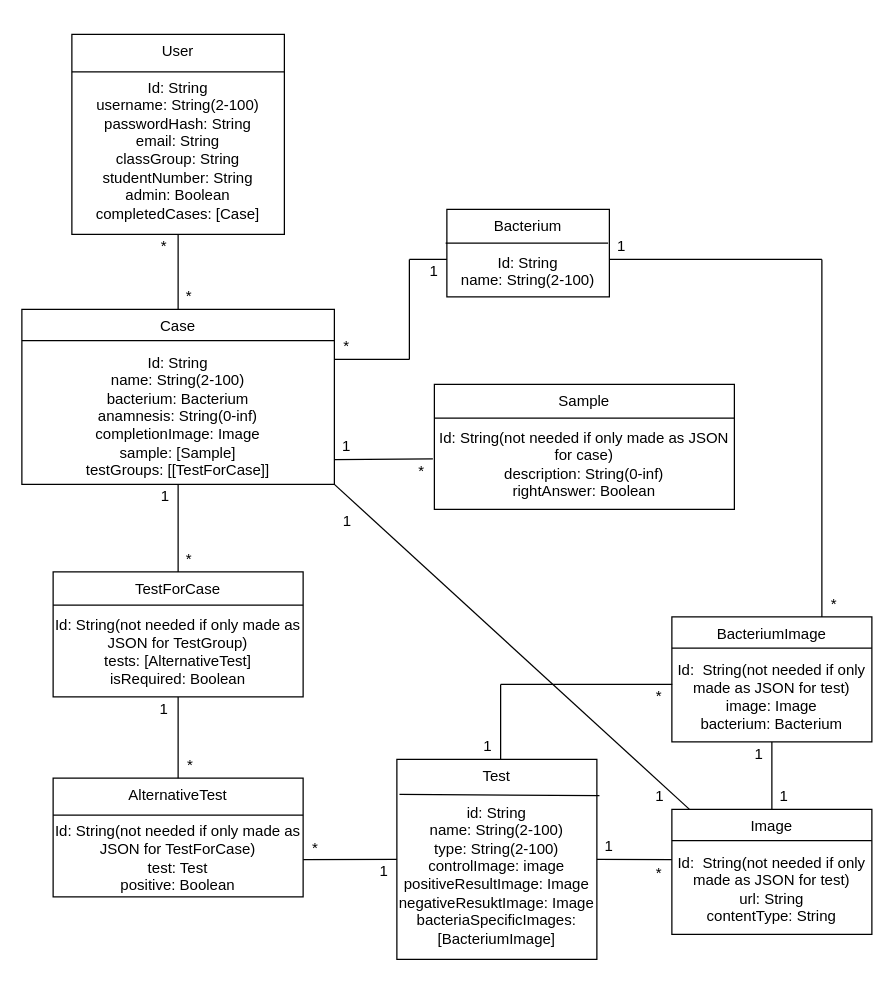
Ohtu-bakteerien-tunnistuspeli/Bakteerin-tunnistuspeli keeps this draw.io diagram as documentation/database.drawio. Above is the earlier version. Source tidied: cells renumbered, new cells numbered last; positions are measured from the earlier drawing's top-left corner, leaving out a move shared by most shapes. Both pictures are drawn from the tidied source at 125%, with x=0, y=0 at pixel (21, 34).
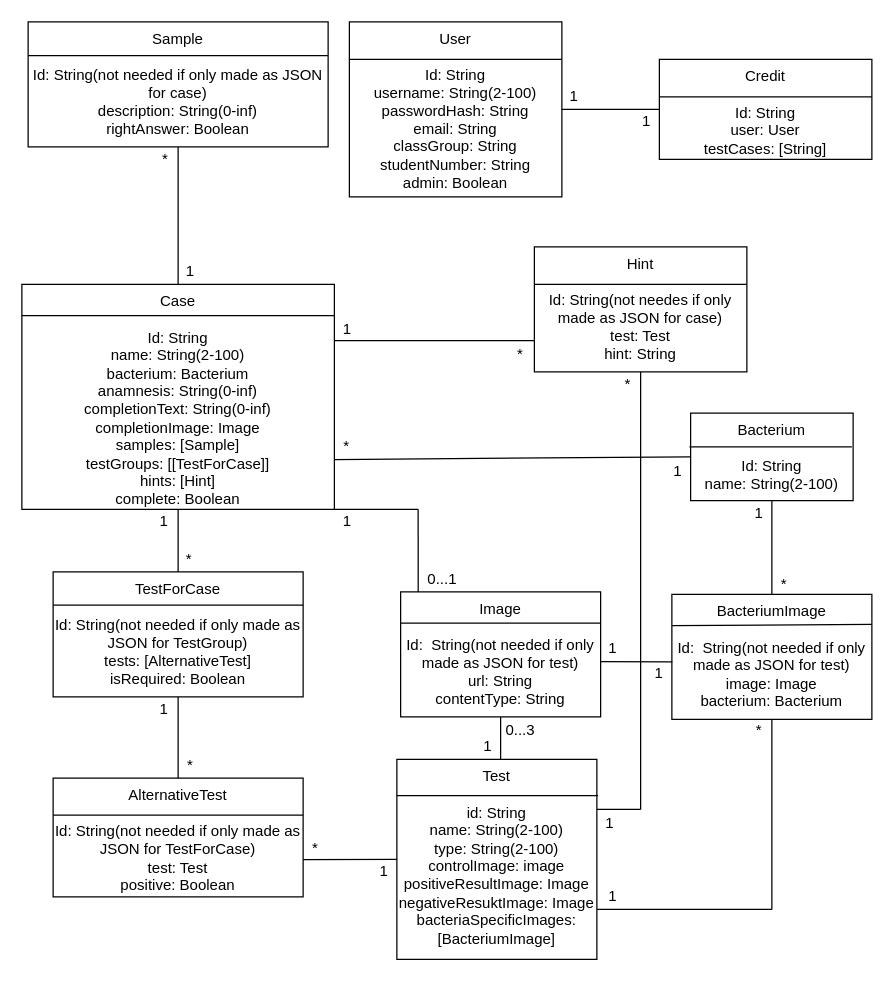
The same page after the edit.

Unchanged cells that the change refers to:
```xml
<mxCell id="6" value="Test&lt;br&gt;&lt;br&gt;id: String&lt;br&gt;name: String(2-100)&lt;br&gt;&lt;div&gt;type: String(2-100)&lt;/div&gt;&lt;div&gt;controlImage: image&lt;br&gt;&lt;/div&gt;positiveResultImage: Image&lt;br&gt;negativeResuktImage: Image&lt;br&gt;bacteriaSpecificImages: [BacteriumImage]" style="rounded=0;whiteSpace=wrap;html=1;verticalAlign=top;" parent="1" vertex="1">
  <mxGeometry x="300" y="580" width="160" height="160" as="geometry" />
</mxCell>
```

Change to the diagram source:
```diff
@@
-    <mxCell id="2" value="User&lt;br&gt;&lt;br&gt;Id: String&lt;br&gt;username: String(2-100)&lt;br&gt;&lt;div&gt;passwordHash: String&lt;/div&gt;&lt;div&gt;email: String&lt;/div&gt;&lt;div&gt;classGroup: String&lt;/div&gt;&lt;div&gt;studentNumber: String&lt;br&gt;&lt;/div&gt;admin: Boolean&lt;br&gt;completedCases: [Case]" style="rounded=0;whiteSpace=wrap;html=1;verticalAlign=top;" parent="1" vertex="1">
-      <mxGeometry x="40" width="170" height="160" as="geometry" />
+    <mxCell id="2" value="User&lt;br&gt;&lt;br&gt;Id: String&lt;br&gt;username: String(2-100)&lt;br&gt;&lt;div&gt;passwordHash: String&lt;/div&gt;&lt;div&gt;email: String&lt;/div&gt;&lt;div&gt;classGroup: String&lt;/div&gt;&lt;div&gt;studentNumber: String&lt;br&gt;&lt;/div&gt;admin: Boolean" style="rounded=0;whiteSpace=wrap;html=1;verticalAlign=top;" parent="1" vertex="1">
+      <mxGeometry x="262" y="-10" width="170" height="140" as="geometry" />
     </mxCell>
     <mxCell id="3" value="Bacterium&lt;br&gt;&lt;br&gt;Id: String&lt;br&gt;name: String(2-100)" style="rounded=0;whiteSpace=wrap;html=1;verticalAlign=top;" parent="1" vertex="1">
-      <mxGeometry x="340" y="140" width="130" height="70" as="geometry" />
+      <mxGeometry x="535" y="303" width="130" height="70" as="geometry" />
     </mxCell>
-    <mxCell id="4" value="Case&lt;br&gt;&lt;br&gt;Id: String&lt;br&gt;name: String(2-100)&lt;br&gt;bacterium: Bacterium&lt;br&gt;anamnesis: String(0-inf)&lt;br&gt;completionImage: Image&lt;br&gt;sample: [Sample]&lt;br&gt;testGroups: [[TestForCase]]" style="rounded=0;whiteSpace=wrap;html=1;verticalAlign=top;" parent="1" vertex="1">
-      <mxGeometry y="220" width="250" height="140" as="geometry" />
+    <mxCell id="4" value="Case&lt;br&gt;&lt;br&gt;Id: String&lt;br&gt;name: String(2-100)&lt;br&gt;bacterium: Bacterium&lt;br&gt;anamnesis: String(0-inf)&lt;br&gt;completionText: String(0-inf)&lt;br&gt;completionImage: Image&lt;br&gt;samples: [Sample]&lt;br&gt;testGroups: [[TestForCase]]&lt;br&gt;hints: [Hint]&lt;br&gt;complete: Boolean" style="rounded=0;whiteSpace=wrap;html=1;verticalAlign=top;" parent="1" vertex="1">
+      <mxGeometry y="200" width="250" height="180" as="geometry" />
     </mxCell>
     <mxCell id="5" value="Sample&lt;br&gt;&lt;br&gt;Id: String(not needed if only made as JSON for case)&lt;br&gt;description: String(0-inf)&lt;br&gt;rightAnswer: Boolean" style="rounded=0;whiteSpace=wrap;html=1;verticalAlign=top;" parent="1" vertex="1">
-      <mxGeometry x="330" y="280" width="240" height="100" as="geometry" />
+      <mxGeometry x="5" y="-10" width="240" height="100" as="geometry" />
     </mxCell>
@@
     <mxCell id="8" style="endArrow=none;html=1;" parent="1" edge="1">
       <mxGeometry relative="1" as="geometry">
-        <mxPoint x="40" y="30" as="sourcePoint" />
-        <mxPoint x="210" y="30" as="targetPoint" />
+        <mxPoint x="262" y="20" as="sourcePoint" />
+        <mxPoint x="432" y="20" as="targetPoint" />
         <Array as="points">
-          <mxPoint x="125" y="30" />
+          <mxPoint x="347" y="20" />
         </Array>
       </mxGeometry>
     </mxCell>
     <mxCell id="9" style="endArrow=none;html=1;exitX=0;exitY=0.25;exitDx=0;exitDy=0;entryX=1;entryY=0.25;entryDx=0;entryDy=0;" parent="1" edge="1">
       <mxGeometry relative="1" as="geometry">
-        <mxPoint y="245" as="sourcePoint" />
-        <mxPoint x="250" y="245" as="targetPoint" />
+        <mxPoint y="225" as="sourcePoint" />
+        <mxPoint x="250" y="225" as="targetPoint" />
       </mxGeometry>
     </mxCell>
     <mxCell id="10" style="endArrow=none;html=1;exitX=0;exitY=0.5;exitDx=0;exitDy=0;entryX=1;entryY=0.5;entryDx=0;entryDy=0;" parent="1" edge="1">
       <mxGeometry relative="1" as="geometry">
-        <mxPoint x="339" y="167" as="sourcePoint" />
-        <mxPoint x="469" y="167" as="targetPoint" />
+        <mxPoint x="534" y="330" as="sourcePoint" />
+        <mxPoint x="664" y="330" as="targetPoint" />
       </mxGeometry>
     </mxCell>
     <mxCell id="11" style="endArrow=none;html=1;exitX=0;exitY=0.25;exitDx=0;exitDy=0;entryX=1;entryY=0.25;entryDx=0;entryDy=0;" parent="1" edge="1">
       <mxGeometry relative="1" as="geometry">
-        <mxPoint x="330" y="307" as="sourcePoint" />
-        <mxPoint x="570" y="307" as="targetPoint" />
+        <mxPoint x="5" y="17" as="sourcePoint" />
+        <mxPoint x="245" y="17" as="targetPoint" />
       </mxGeometry>
     </mxCell>
@@
-    <mxCell id="13" style="endArrow=none;html=1;exitX=0.013;exitY=0.175;exitDx=0;exitDy=0;entryX=1.013;entryY=0.181;entryDx=0;entryDy=0;entryPerimeter=0;exitPerimeter=0;" parent="1" edge="1" source="6" target="6">
-      <mxGeometry relative="1" as="geometry" />
+    <mxCell id="13" style="endArrow=none;html=1;" parent="1" edge="1">
+      <mxGeometry relative="1" as="geometry">
+        <mxPoint x="300" y="609" as="sourcePoint" />
+        <mxPoint x="461" y="609" as="targetPoint" />
+      </mxGeometry>
     </mxCell>
-    <mxCell id="14" style="endArrow=none;html=1;exitX=0.5;exitY=1;exitDx=0;exitDy=0;entryX=0.5;entryY=0;entryDx=0;entryDy=0;" parent="1" edge="1" source="2" target="4">
-      <mxGeometry relative="1" as="geometry" />
-    </mxCell>
@@
-    <mxCell id="16" value="*" style="text;html=1;strokeColor=none;fillColor=none;align=center;verticalAlign=middle;whiteSpace=wrap;rounded=0;" parent="1" vertex="1">
-      <mxGeometry x="104" y="160" width="20" height="20" as="geometry" />
-    </mxCell>
-    <mxCell id="17" value="*" style="text;html=1;strokeColor=none;fillColor=none;align=center;verticalAlign=middle;whiteSpace=wrap;rounded=0;" parent="1" vertex="1">
-      <mxGeometry x="124" y="200" width="20" height="20" as="geometry" />
-    </mxCell>
     <mxCell id="18" value="*" style="text;html=1;strokeColor=none;fillColor=none;align=center;verticalAlign=middle;whiteSpace=wrap;rounded=0;" parent="1" vertex="1">
-      <mxGeometry x="250" y="240" width="20" height="20" as="geometry" />
+      <mxGeometry x="250" y="320" width="20" height="20" as="geometry" />
     </mxCell>
     <mxCell id="19" value="1" style="text;html=1;strokeColor=none;fillColor=none;align=center;verticalAlign=middle;whiteSpace=wrap;rounded=0;" parent="1" vertex="1">
-      <mxGeometry x="320" y="180" width="20" height="20" as="geometry" />
+      <mxGeometry x="515" y="340" width="20" height="20" as="geometry" />
     </mxCell>
     <mxCell id="20" value="1" style="text;html=1;strokeColor=none;fillColor=none;align=center;verticalAlign=middle;whiteSpace=wrap;rounded=0;" parent="1" vertex="1">
-      <mxGeometry x="250" y="320" width="20" height="20" as="geometry" />
+      <mxGeometry x="125" y="180" width="20" height="20" as="geometry" />
     </mxCell>
     <mxCell id="21" value="*" style="text;html=1;strokeColor=none;fillColor=none;align=center;verticalAlign=middle;whiteSpace=wrap;rounded=0;" parent="1" vertex="1">
-      <mxGeometry x="310" y="340" width="20" height="20" as="geometry" />
+      <mxGeometry x="105" y="90" width="20" height="20" as="geometry" />
     </mxCell>
@@
-    <mxCell id="25" style="endArrow=none;html=1;exitX=1;exitY=0.25;exitDx=0;exitDy=0;" parent="1" edge="1">
-      <mxGeometry relative="1" as="geometry">
-        <mxPoint x="250" y="260" as="sourcePoint" />
-        <mxPoint x="310" y="260" as="targetPoint" />
-      </mxGeometry>
+    <mxCell id="25" style="endArrow=none;html=1;exitX=0.5;exitY=0;exitDx=0;exitDy=0;entryX=0.5;entryY=1;entryDx=0;entryDy=0;" parent="1" edge="1" source="4" target="5">
+      <mxGeometry relative="1" as="geometry" />
     </mxCell>
-    <mxCell id="26" style="endArrow=none;html=1;" parent="1" edge="1">
-      <mxGeometry relative="1" as="geometry">
-        <mxPoint x="310" y="180" as="sourcePoint" />
-        <mxPoint x="310" y="260" as="targetPoint" />
-      </mxGeometry>
-    </mxCell>
-    <mxCell id="27" style="endArrow=none;html=1;exitX=1;exitY=0;exitDx=0;exitDy=0;" parent="1" edge="1" source="19">
-      <mxGeometry relative="1" as="geometry">
-        <mxPoint x="310" y="180" as="targetPoint" />
-      </mxGeometry>
-    </mxCell>
-    <mxCell id="28" style="endArrow=none;html=1;entryX=-0.005;entryY=0.596;entryDx=0;entryDy=0;entryPerimeter=0;exitX=1;exitY=0.858;exitDx=0;exitDy=0;exitPerimeter=0;" parent="1" edge="1">
+    <mxCell id="28" style="endArrow=none;html=1;exitX=1;exitY=0.858;exitDx=0;exitDy=0;exitPerimeter=0;entryX=0;entryY=0.5;entryDx=0;entryDy=0;" parent="1" edge="1" target="3">
       <mxGeometry relative="1" as="geometry">
         <mxPoint x="250" y="340.1" as="sourcePoint" />
-        <mxPoint x="328.8" y="339.6" as="targetPoint" />
       </mxGeometry>
     </mxCell>
@@
     <mxCell id="30" value="1" style="text;html=1;strokeColor=none;fillColor=none;align=center;verticalAlign=middle;whiteSpace=wrap;rounded=0;" parent="1" vertex="1">
-      <mxGeometry x="105" y="360" width="20" height="20" as="geometry" />
+      <mxGeometry x="104" y="380" width="20" height="20" as="geometry" />
     </mxCell>
     <mxCell id="31" value="Image&lt;br&gt;&lt;br&gt;Id:&amp;nbsp;&amp;nbsp;String(not needed if only made as JSON for test)&lt;br&gt;url: String&lt;br&gt;contentType: String" style="rounded=0;whiteSpace=wrap;html=1;verticalAlign=top;" parent="1" vertex="1">
-      <mxGeometry x="520" y="620" width="160" height="100" as="geometry" />
+      <mxGeometry x="303" y="446" width="160" height="100" as="geometry" />
     </mxCell>
     <mxCell id="32" style="endArrow=none;html=1;exitX=0;exitY=0.25;exitDx=0;exitDy=0;" parent="1" edge="1" source="31">
       <mxGeometry relative="1" as="geometry">
-        <mxPoint x="680" y="645" as="targetPoint" />
+        <mxPoint x="463" y="471" as="targetPoint" />
       </mxGeometry>
     </mxCell>
-    <mxCell id="33" style="endArrow=none;html=1;entryX=0;entryY=0.402;entryDx=0;entryDy=0;entryPerimeter=0;exitX=0;exitY=1;exitDx=0;exitDy=0;" parent="1" edge="1" source="34" target="31">
-      <mxGeometry relative="1" as="geometry" />
+    <mxCell id="33" style="endArrow=none;html=1;exitX=1;exitY=0.75;exitDx=0;exitDy=0;" parent="1" edge="1" source="6">
+      <mxGeometry relative="1" as="geometry">
+        <mxPoint x="600" y="700" as="targetPoint" />
+      </mxGeometry>
     </mxCell>
     <mxCell id="34" value="1" style="text;html=1;strokeColor=none;fillColor=none;align=center;verticalAlign=middle;whiteSpace=wrap;rounded=0;" parent="1" vertex="1">
-      <mxGeometry x="460" y="640" width="20" height="20" as="geometry" />
+      <mxGeometry x="463" y="680" width="20" height="20" as="geometry" />
     </mxCell>
-    <mxCell id="35" value="*" style="text;html=1;strokeColor=none;fillColor=none;align=center;verticalAlign=middle;whiteSpace=wrap;rounded=0;" parent="1" vertex="1">
-      <mxGeometry x="500" y="661" width="20" height="20" as="geometry" />
+    <mxCell id="35" value="0...3" style="text;html=1;strokeColor=none;fillColor=none;align=center;verticalAlign=middle;whiteSpace=wrap;rounded=0;" parent="1" vertex="1">
+      <mxGeometry x="383" y="547" width="32" height="20" as="geometry" />
     </mxCell>
     <mxCell id="36" value="BacteriumImage&lt;br&gt;&lt;br&gt;Id:&amp;nbsp;&amp;nbsp;String(not needed if only made as JSON for test)&lt;br&gt;image: Image&lt;br&gt;bacterium: Bacterium" style="rounded=0;whiteSpace=wrap;html=1;verticalAlign=top;" parent="1" vertex="1">
-      <mxGeometry x="520" y="466" width="160" height="100" as="geometry" />
+      <mxGeometry x="520" y="448" width="160" height="100" as="geometry" />
     </mxCell>
     <mxCell id="37" style="endArrow=none;html=1;exitX=0;exitY=0.25;exitDx=0;exitDy=0;" parent="1" edge="1" source="36">
       <mxGeometry relative="1" as="geometry">
-        <mxPoint x="680" y="491" as="targetPoint" />
+        <mxPoint x="680" y="472" as="targetPoint" />
       </mxGeometry>
     </mxCell>
-    <mxCell id="38" style="endArrow=none;html=1;entryX=0.002;entryY=0.54;entryDx=0;entryDy=0;entryPerimeter=0;" parent="1" edge="1" target="36">
-      <mxGeometry relative="1" as="geometry">
-        <mxPoint x="383" y="520" as="sourcePoint" />
-      </mxGeometry>
+    <mxCell id="38" style="endArrow=none;html=1;entryX=0.002;entryY=0.54;entryDx=0;entryDy=0;entryPerimeter=0;exitX=0.998;exitY=0.558;exitDx=0;exitDy=0;exitPerimeter=0;" parent="1" edge="1" source="31" target="36">
+      <mxGeometry relative="1" as="geometry" />
     </mxCell>
-    <mxCell id="39" style="endArrow=none;html=1;" parent="1" edge="1">
+    <mxCell id="39" style="endArrow=none;html=1;entryX=0.5;entryY=1;entryDx=0;entryDy=0;" parent="1" edge="1" target="31">
       <mxGeometry relative="1" as="geometry">
         <mxPoint x="383" y="580" as="sourcePoint" />
-        <mxPoint x="383" y="520" as="targetPoint" />
       </mxGeometry>
     </mxCell>
@@
     <mxCell id="41" value="*" style="text;html=1;strokeColor=none;fillColor=none;align=center;verticalAlign=middle;whiteSpace=wrap;rounded=0;" parent="1" vertex="1">
-      <mxGeometry x="500" y="520" width="20" height="20" as="geometry" />
+      <mxGeometry x="580" y="547" width="20" height="20" as="geometry" />
     </mxCell>
-    <mxCell id="42" style="endArrow=none;html=1;exitX=0.5;exitY=0;exitDx=0;exitDy=0;entryX=0.5;entryY=1;entryDx=0;entryDy=0;" parent="1" edge="1" source="31" target="36">
-      <mxGeometry relative="1" as="geometry" />
+    <mxCell id="42" style="endArrow=none;html=1;entryX=0.5;entryY=1;entryDx=0;entryDy=0;" parent="1" edge="1" target="36">
+      <mxGeometry relative="1" as="geometry">
+        <mxPoint x="600" y="700" as="sourcePoint" />
+      </mxGeometry>
     </mxCell>
     <mxCell id="43" value="1" style="text;html=1;strokeColor=none;fillColor=none;align=center;verticalAlign=middle;whiteSpace=wrap;rounded=0;" parent="1" vertex="1">
-      <mxGeometry x="580" y="566" width="20" height="20" as="geometry" />
+      <mxGeometry x="500" y="501" width="20" height="20" as="geometry" />
     </mxCell>
     <mxCell id="44" value="1" style="text;html=1;strokeColor=none;fillColor=none;align=center;verticalAlign=middle;whiteSpace=wrap;rounded=0;" parent="1" vertex="1">
-      <mxGeometry x="600" y="600" width="20" height="20" as="geometry" />
+      <mxGeometry x="463" y="481" width="20" height="20" as="geometry" />
     </mxCell>
-    <mxCell id="45" style="endArrow=none;html=1;exitX=0.75;exitY=0;exitDx=0;exitDy=0;" parent="1" edge="1" source="36">
-      <mxGeometry relative="1" as="geometry">
-        <mxPoint x="640" y="180" as="targetPoint" />
-      </mxGeometry>
-    </mxCell>
-    <mxCell id="46" style="endArrow=none;html=1;exitX=1;exitY=0.5;exitDx=0;exitDy=0;" parent="1" edge="1">
-      <mxGeometry relative="1" as="geometry">
-        <mxPoint x="470" y="180" as="sourcePoint" />
-        <mxPoint x="640" y="180" as="targetPoint" />
-      </mxGeometry>
+    <mxCell id="46" style="endArrow=none;html=1;exitX=0.5;exitY=1;exitDx=0;exitDy=0;entryX=0.5;entryY=0;entryDx=0;entryDy=0;" parent="1" edge="1" source="3" target="36">
+      <mxGeometry relative="1" as="geometry" />
     </mxCell>
     <mxCell id="47" value="1" style="text;html=1;strokeColor=none;fillColor=none;align=center;verticalAlign=middle;whiteSpace=wrap;rounded=0;" parent="1" vertex="1">
-      <mxGeometry x="470" y="160" width="20" height="20" as="geometry" />
+      <mxGeometry x="580" y="373" width="20" height="20" as="geometry" />
     </mxCell>
     <mxCell id="48" value="*" style="text;html=1;strokeColor=none;fillColor=none;align=center;verticalAlign=middle;whiteSpace=wrap;rounded=0;" parent="1" vertex="1">
-      <mxGeometry x="640" y="446" width="20" height="20" as="geometry" />
+      <mxGeometry x="600" y="430" width="20" height="20" as="geometry" />
     </mxCell>
-    <mxCell id="49" style="endArrow=none;html=1;entryX=1;entryY=1;entryDx=0;entryDy=0;exitX=0.088;exitY=0;exitDx=0;exitDy=0;exitPerimeter=0;" parent="1" edge="1" source="31" target="4">
-      <mxGeometry relative="1" as="geometry" />
+    <mxCell id="49" style="endArrow=none;html=1;exitX=0.088;exitY=0;exitDx=0;exitDy=0;exitPerimeter=0;" parent="1" edge="1" source="31">
+      <mxGeometry relative="1" as="geometry">
+        <mxPoint x="317" y="380" as="targetPoint" />
+      </mxGeometry>
     </mxCell>
@@
-    <mxCell id="51" value="1" style="text;html=1;align=center;verticalAlign=middle;" parent="1" vertex="1">
-      <mxGeometry x="500" y="600" width="20" height="20" as="geometry" />
+    <mxCell id="51" value="0...1" style="text;html=1;align=center;verticalAlign=middle;" parent="1" vertex="1">
+      <mxGeometry x="316" y="426" width="40" height="20" as="geometry" />
     </mxCell>
@@
+    <mxCell id="57" value="Credit&lt;br&gt;&lt;br&gt;Id: String&lt;br&gt;user: User&lt;br&gt;&lt;div&gt;testCases: [String]&lt;/div&gt;" style="rounded=0;whiteSpace=wrap;html=1;verticalAlign=top;" parent="1" vertex="1">
+      <mxGeometry x="510" y="20" width="170" height="80" as="geometry" />
+    </mxCell>
+    <mxCell id="58" style="endArrow=none;html=1;" parent="1" edge="1">
+      <mxGeometry relative="1" as="geometry">
+        <mxPoint x="510" y="50" as="sourcePoint" />
+        <mxPoint x="680" y="50" as="targetPoint" />
+        <Array as="points">
+          <mxPoint x="595" y="50" />
+        </Array>
+      </mxGeometry>
+    </mxCell>
+    <mxCell id="59" style="endArrow=none;html=1;exitX=0;exitY=0.5;exitDx=0;exitDy=0;entryX=1;entryY=0.5;entryDx=0;entryDy=0;" parent="1" edge="1" source="57" target="2">
+      <mxGeometry relative="1" as="geometry" />
+    </mxCell>
+    <mxCell id="60" value="1" style="text;html=1;strokeColor=none;fillColor=none;align=center;verticalAlign=middle;whiteSpace=wrap;rounded=0;" parent="1" vertex="1">
+      <mxGeometry x="432" y="40" width="20" height="20" as="geometry" />
+    </mxCell>
+    <mxCell id="61" value="1" style="text;html=1;strokeColor=none;fillColor=none;align=center;verticalAlign=middle;whiteSpace=wrap;rounded=0;" parent="1" vertex="1">
+      <mxGeometry x="490" y="60" width="20" height="20" as="geometry" />
+    </mxCell>
+    <mxCell id="62" value="Hint&lt;br&gt;&lt;br&gt;Id: String(not needes if only made as JSON for case)&lt;br&gt;test: Test&lt;br&gt;hint: String" style="rounded=0;whiteSpace=wrap;html=1;verticalAlign=top;" parent="1" vertex="1">
+      <mxGeometry x="410" y="170" width="170" height="100" as="geometry" />
+    </mxCell>
+    <mxCell id="63" style="endArrow=none;html=1;" parent="1" edge="1">
+      <mxGeometry relative="1" as="geometry">
+        <mxPoint x="410" y="200" as="sourcePoint" />
+        <mxPoint x="580" y="200" as="targetPoint" />
+        <Array as="points">
+          <mxPoint x="495" y="200" />
+        </Array>
+      </mxGeometry>
+    </mxCell>
+    <mxCell id="64" style="endArrow=none;html=1;exitX=1;exitY=1;exitDx=0;exitDy=0;" parent="1" edge="1" source="4">
+      <mxGeometry relative="1" as="geometry">
+        <mxPoint x="317" y="380" as="targetPoint" />
+      </mxGeometry>
+    </mxCell>
+    <mxCell id="65" style="endArrow=none;html=1;entryX=1;entryY=0.25;entryDx=0;entryDy=0;exitX=0;exitY=0.75;exitDx=0;exitDy=0;" parent="1" edge="1" source="62" target="4">
+      <mxGeometry relative="1" as="geometry" />
+    </mxCell>
+    <mxCell id="66" style="endArrow=none;html=1;entryX=0.5;entryY=1;entryDx=0;entryDy=0;" parent="1" edge="1" target="62">
+      <mxGeometry relative="1" as="geometry">
+        <mxPoint x="495" y="620" as="sourcePoint" />
+      </mxGeometry>
+    </mxCell>
+    <mxCell id="67" style="endArrow=none;html=1;exitX=1;exitY=0.25;exitDx=0;exitDy=0;" parent="1" edge="1" source="6">
+      <mxGeometry relative="1" as="geometry">
+        <mxPoint x="495" y="620" as="targetPoint" />
+      </mxGeometry>
+    </mxCell>
+    <mxCell id="68" value="*" style="text;html=1;strokeColor=none;fillColor=none;align=center;verticalAlign=middle;whiteSpace=wrap;rounded=0;" parent="1" vertex="1">
+      <mxGeometry x="475" y="270" width="20" height="20" as="geometry" />
+    </mxCell>
+    <mxCell id="69" value="*" style="text;html=1;strokeColor=none;fillColor=none;align=center;verticalAlign=middle;whiteSpace=wrap;rounded=0;" parent="1" vertex="1">
+      <mxGeometry x="389" y="246" width="20" height="20" as="geometry" />
+    </mxCell>
+    <mxCell id="70" value="1" style="text;html=1;align=center;verticalAlign=middle;" parent="1" vertex="1">
+      <mxGeometry x="250" y="226" width="20" height="20" as="geometry" />
+    </mxCell>
+    <mxCell id="71" value="1" style="text;html=1;align=center;verticalAlign=middle;" parent="1" vertex="1">
+      <mxGeometry x="460" y="621" width="20" height="20" as="geometry" />
+    </mxCell>
```
